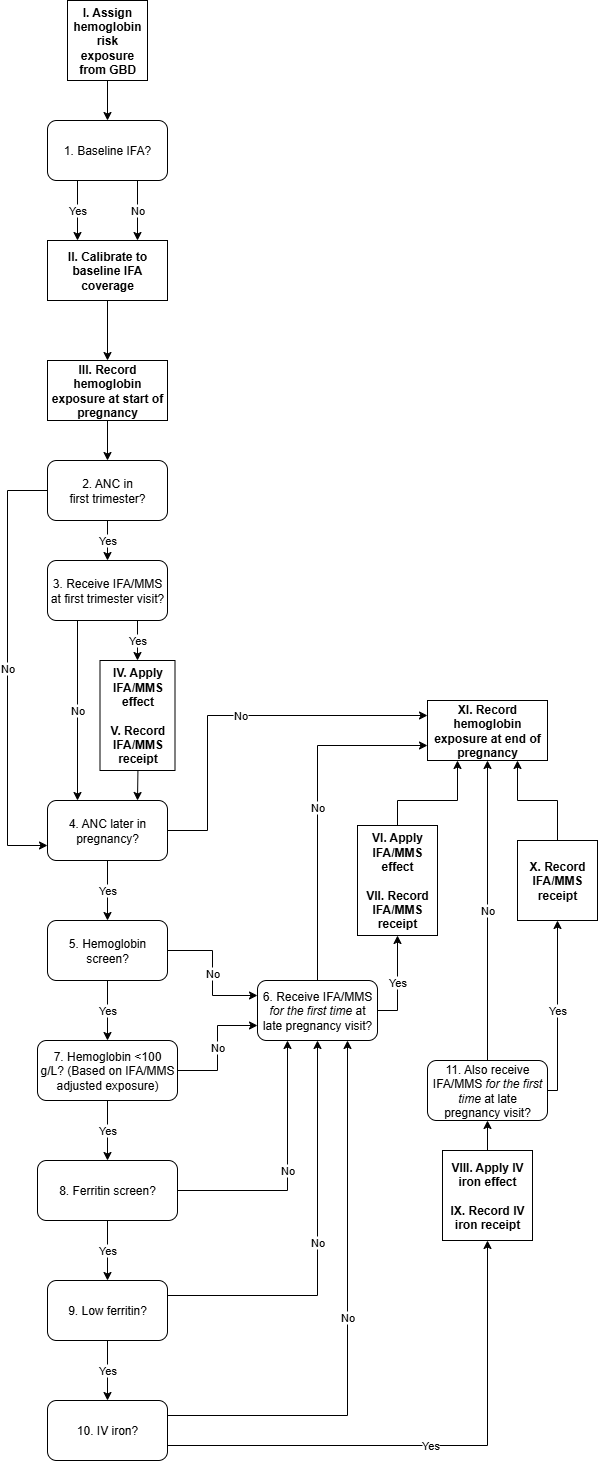
This is docs/source/models/concept_models/vivarium_mncnh_portfolio/hemoglobin_component/hemoglobin_component.png from ihmeuw/vivarium_research, a draw.io export, as it was before one commit. Source tidied: cells renumbered, new cells last; positions are measured from the earlier drawing's top-left corner, leaving out a move shared by most shapes.
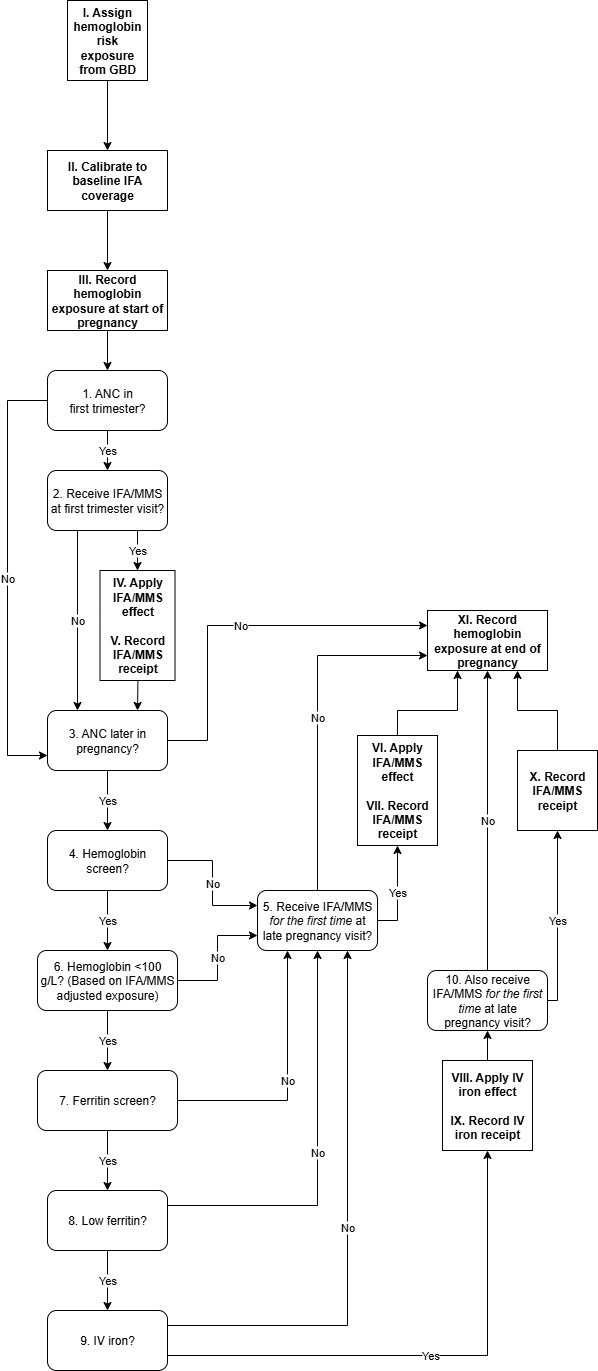
After the commit.

Commit message:
improvement to baseline IFA calibration

Diff of the diagram source:
```diff
@@ -2,15 +2,6 @@
   <root>
     <mxCell id="0" />
     <mxCell id="1" parent="0" />
-    <mxCell id="2" value="Yes" style="edgeStyle=orthogonalEdgeStyle;rounded=0;jettySize=auto;html=1;exitX=0.25;exitY=1;exitDx=0;exitDy=0;entryX=0.25;entryY=0;entryDx=0;entryDy=0;" parent="1" edge="1" source="4" target="46">
-      <mxGeometry relative="1" as="geometry" />
-    </mxCell>
-    <mxCell id="3" value="No" style="edgeStyle=orthogonalEdgeStyle;rounded=0;jettySize=auto;html=1;exitX=0.75;exitY=1;exitDx=0;exitDy=0;entryX=0.75;entryY=0;entryDx=0;entryDy=0;" parent="1" edge="1" source="4" target="46">
-      <mxGeometry relative="1" as="geometry" />
-    </mxCell>
-    <mxCell id="4" value="1. Baseline IFA?" style="rounded=1;whiteSpace=wrap;html=1;" parent="1" vertex="1">
-      <mxGeometry x="40" y="120" width="120" height="60" as="geometry" />
-    </mxCell>
     <mxCell id="5" value="Yes" style="edgeStyle=orthogonalEdgeStyle;rounded=0;jettySize=auto;html=1;entryX=0.5;entryY=0;entryDx=0;entryDy=0;" parent="1" edge="1" source="7" target="10">
       <mxGeometry relative="1" as="geometry" />
     </mxCell>
@@ -22,7 +13,7 @@
         </Array>
       </mxGeometry>
     </mxCell>
-    <mxCell id="7" value="2. ANC in&lt;div&gt;first trimester?&lt;/div&gt;" style="rounded=1;whiteSpace=wrap;html=1;" parent="1" vertex="1">
+    <mxCell id="7" value="1. ANC in&lt;div&gt;first trimester?&lt;/div&gt;" style="rounded=1;whiteSpace=wrap;html=1;" parent="1" vertex="1">
       <mxGeometry x="40" y="460" width="120" height="60" as="geometry" />
     </mxCell>
     <mxCell id="8" value="No" style="edgeStyle=orthogonalEdgeStyle;rounded=0;jettySize=auto;html=1;exitX=0.25;exitY=1;exitDx=0;exitDy=0;entryX=0.25;entryY=0;entryDx=0;entryDy=0;" parent="1" edge="1" source="10" target="13">
@@ -31,7 +22,7 @@
     <mxCell id="9" value="Yes" style="edgeStyle=orthogonalEdgeStyle;rounded=0;jettySize=auto;html=1;exitX=0.75;exitY=1;exitDx=0;exitDy=0;entryX=0.5;entryY=0;entryDx=0;entryDy=0;" parent="1" edge="1" source="10" target="43">
       <mxGeometry relative="1" as="geometry" />
     </mxCell>
-    <mxCell id="10" value="3. Receive IFA/MMS at first trimester visit?" style="rounded=1;whiteSpace=wrap;html=1;" parent="1" vertex="1">
+    <mxCell id="10" value="2. Receive IFA/MMS at first trimester visit?" style="rounded=1;whiteSpace=wrap;html=1;" parent="1" vertex="1">
       <mxGeometry x="40" y="560" width="120" height="60" as="geometry" />
     </mxCell>
     <mxCell id="11" value="Yes" style="edgeStyle=orthogonalEdgeStyle;rounded=0;jettySize=auto;html=1;" parent="1" edge="1" source="13" target="16">
@@ -45,7 +36,7 @@
         </Array>
       </mxGeometry>
     </mxCell>
-    <mxCell id="13" value="4. ANC later in pregnancy?" style="rounded=1;whiteSpace=wrap;html=1;" parent="1" vertex="1">
+    <mxCell id="13" value="3. ANC later in pregnancy?" style="rounded=1;whiteSpace=wrap;html=1;" parent="1" vertex="1">
       <mxGeometry x="40" y="800" width="120" height="60" as="geometry" />
     </mxCell>
     <mxCell id="14" value="Yes" style="edgeStyle=orthogonalEdgeStyle;rounded=0;jettySize=auto;html=1;" parent="1" edge="1" source="16" target="19">
@@ -54,7 +45,7 @@
     <mxCell id="15" value="No" style="edgeStyle=orthogonalEdgeStyle;rounded=0;jettySize=auto;html=1;entryX=0;entryY=0.25;entryDx=0;entryDy=0;" parent="1" edge="1" source="16" target="25">
       <mxGeometry relative="1" as="geometry" />
     </mxCell>
-    <mxCell id="16" value="5. Hemoglobin screen?" style="rounded=1;whiteSpace=wrap;html=1;" parent="1" vertex="1">
+    <mxCell id="16" value="4. Hemoglobin screen?" style="rounded=1;whiteSpace=wrap;html=1;" parent="1" vertex="1">
       <mxGeometry x="40" y="920" width="120" height="60" as="geometry" />
     </mxCell>
     <mxCell id="17" value="Yes" style="edgeStyle=orthogonalEdgeStyle;rounded=0;jettySize=auto;html=1;entryX=0.5;entryY=0;entryDx=0;entryDy=0;" parent="1" edge="1" source="19" target="49">
@@ -63,13 +54,13 @@
     <mxCell id="18" value="No" style="edgeStyle=orthogonalEdgeStyle;rounded=0;jettySize=auto;html=1;entryX=0;entryY=0.75;entryDx=0;entryDy=0;" parent="1" edge="1" source="19" target="25">
       <mxGeometry relative="1" as="geometry" />
     </mxCell>
-    <mxCell id="19" value="7. Hemoglobin &amp;lt;100 g/L?&amp;nbsp;&lt;span style=&quot;background-color: transparent; color: light-dark(rgb(0, 0, 0), rgb(255, 255, 255));&quot;&gt;(Based on IFA/MMS adjusted exposure)&lt;/span&gt;" style="rounded=1;whiteSpace=wrap;html=1;" parent="1" vertex="1">
+    <mxCell id="19" value="6. Hemoglobin &amp;lt;100 g/L?&amp;nbsp;&lt;span style=&quot;background-color: transparent; color: light-dark(rgb(0, 0, 0), rgb(255, 255, 255));&quot;&gt;(Based on IFA/MMS adjusted exposure)&lt;/span&gt;" style="rounded=1;whiteSpace=wrap;html=1;" parent="1" vertex="1">
       <mxGeometry x="30" y="1040" width="140" height="60" as="geometry" />
     </mxCell>
     <mxCell id="20" value="Yes" style="edgeStyle=orthogonalEdgeStyle;rounded=0;jettySize=auto;html=1;entryX=0.5;entryY=0;entryDx=0;entryDy=0;" parent="1" edge="1" source="21" target="37">
       <mxGeometry relative="1" as="geometry" />
     </mxCell>
-    <mxCell id="21" value="9. Low ferritin?" style="rounded=1;whiteSpace=wrap;html=1;" parent="1" vertex="1">
+    <mxCell id="21" value="8. Low ferritin?" style="rounded=1;whiteSpace=wrap;html=1;" parent="1" vertex="1">
       <mxGeometry x="40" y="1280" width="120" height="60" as="geometry" />
     </mxCell>
     <mxCell id="22" value="No" style="edgeStyle=orthogonalEdgeStyle;rounded=0;jettySize=auto;html=1;exitX=1;exitY=0.25;exitDx=0;exitDy=0;entryX=0.5;entryY=1;entryDx=0;entryDy=0;" parent="1" edge="1" source="21" target="25">
@@ -89,7 +80,7 @@
         </Array>
       </mxGeometry>
     </mxCell>
-    <mxCell id="25" value="6. Receive IFA/MMS &lt;i&gt;for the first time&lt;/i&gt; at late pregnancy visit?" style="rounded=1;whiteSpace=wrap;html=1;" parent="1" vertex="1">
+    <mxCell id="25" value="5. Receive IFA/MMS &lt;i&gt;for the first time&lt;/i&gt; at late pregnancy visit?" style="rounded=1;whiteSpace=wrap;html=1;" parent="1" vertex="1">
       <mxGeometry x="250" y="980" width="120" height="60" as="geometry" />
     </mxCell>
     <mxCell id="26" value="No" style="edgeStyle=orthogonalEdgeStyle;rounded=0;jettySize=auto;html=1;entryX=0.5;entryY=1;entryDx=0;entryDy=0;" parent="1" edge="1" source="28" target="42">
@@ -102,7 +93,7 @@
         </Array>
       </mxGeometry>
     </mxCell>
-    <mxCell id="28" value="11. Also receive IFA/MMS &lt;i&gt;for the first time&lt;/i&gt; at late pregnancy visit?" style="rounded=1;whiteSpace=wrap;html=1;" parent="1" vertex="1">
+    <mxCell id="28" value="10. Also receive IFA/MMS &lt;i&gt;for the first time&lt;/i&gt; at late pregnancy visit?" style="rounded=1;whiteSpace=wrap;html=1;" parent="1" vertex="1">
       <mxGeometry x="420" y="1060" width="120" height="60" as="geometry" />
     </mxCell>
     <mxCell id="29" style="edgeStyle=orthogonalEdgeStyle;rounded=0;jettySize=auto;html=1;entryX=0.75;entryY=1;entryDx=0;entryDy=0;" parent="1" edge="1" source="30" target="42">
@@ -131,20 +122,20 @@
         <mxPoint x="130" y="730" as="sourcePoint" />
       </mxGeometry>
     </mxCell>
-    <mxCell id="35" style="edgeStyle=orthogonalEdgeStyle;rounded=0;jettySize=auto;html=1;entryX=0.5;entryY=0;entryDx=0;entryDy=0;exitX=0.5;exitY=1;exitDx=0;exitDy=0;" parent="1" edge="1" source="39" target="4">
-      <mxGeometry relative="1" as="geometry" />
-    </mxCell>
     <mxCell id="36" value="Yes" style="edgeStyle=orthogonalEdgeStyle;rounded=0;jettySize=auto;html=1;entryX=0.5;entryY=1;entryDx=0;entryDy=0;exitX=1;exitY=0.75;exitDx=0;exitDy=0;" parent="1" edge="1" source="37" target="33">
       <mxGeometry relative="1" as="geometry" />
     </mxCell>
-    <mxCell id="37" value="10. IV iron?" style="rounded=1;whiteSpace=wrap;html=1;" parent="1" vertex="1">
+    <mxCell id="37" value="9. IV iron?" style="rounded=1;whiteSpace=wrap;html=1;" parent="1" vertex="1">
       <mxGeometry x="40" y="1400" width="120" height="60" as="geometry" />
     </mxCell>
     <mxCell id="38" value="No" style="edgeStyle=orthogonalEdgeStyle;rounded=0;jettySize=auto;html=1;exitX=1;exitY=0.25;exitDx=0;exitDy=0;entryX=0.75;entryY=1;entryDx=0;entryDy=0;" parent="1" edge="1" source="37" target="25">
       <mxGeometry relative="1" as="geometry" />
     </mxCell>
+    <mxCell id="50" style="edgeStyle=orthogonalEdgeStyle;rounded=0;jettySize=auto;html=1;" parent="1" edge="1" source="39" target="46">
+      <mxGeometry relative="1" as="geometry" />
+    </mxCell>
     <mxCell id="39" value="I. Assign hemoglobin risk exposure from GBD" style="whiteSpace=wrap;html=1;fontStyle=1;" parent="1" vertex="1">
-      <mxGeometry x="60" width="80" height="80" as="geometry" />
+      <mxGeometry x="60" y="90" width="80" height="80" as="geometry" />
     </mxCell>
     <mxCell id="40" style="edgeStyle=orthogonalEdgeStyle;rounded=0;jettySize=auto;html=1;" parent="1" edge="1" source="41" target="7">
       <mxGeometry relative="1" as="geometry" />
@@ -173,7 +164,7 @@
     <mxCell id="48" value="No" style="edgeStyle=orthogonalEdgeStyle;rounded=0;jettySize=auto;html=1;entryX=0.25;entryY=1;entryDx=0;entryDy=0;" parent="1" edge="1" source="49" target="25">
       <mxGeometry relative="1" as="geometry" />
     </mxCell>
-    <mxCell id="49" value="8. Ferritin screen?" style="rounded=1;whiteSpace=wrap;html=1;" parent="1" vertex="1">
+    <mxCell id="49" value="7. Ferritin screen?" style="rounded=1;whiteSpace=wrap;html=1;" parent="1" vertex="1">
       <mxGeometry x="30" y="1160" width="140" height="60" as="geometry" />
     </mxCell>
   </root>
```
